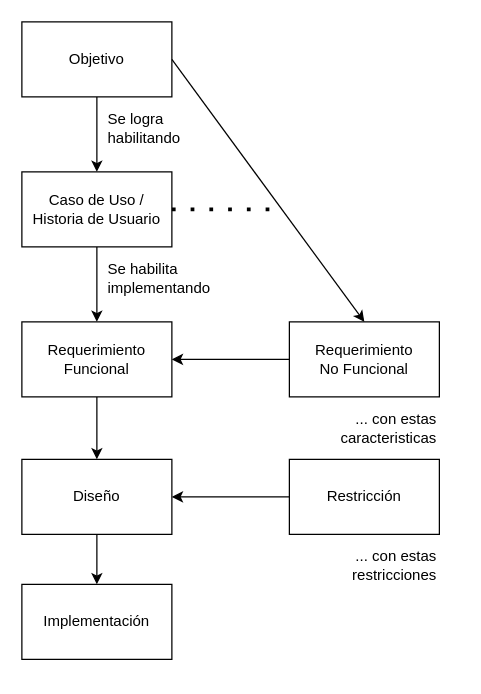
Earlier version of the draw.io diagram requisitoEstructurado.drawio (mpaulaherrero/IS). Source tidied: cells renumbered, new cells numbered last; positions are measured from the earlier drawing's top-left corner, leaving out a move shared by most shapes. Both pictures are drawn from the tidied source at 125%, with x=0, y=0 at pixel (21, 21).
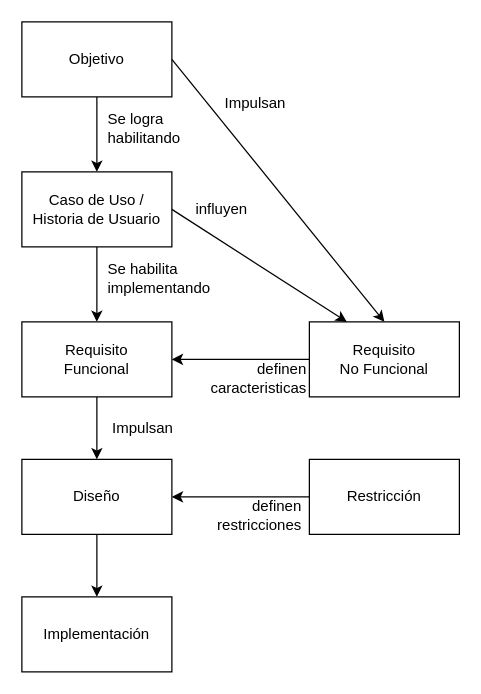
After the change.

The change refers to these unchanged cells:
```xml
<mxCell id="5" value="Caso de Uso / Historia de Usuario " style="rounded=0;whiteSpace=wrap;html=1;" parent="1" vertex="1">
  <mxGeometry y="120" width="120" height="60" as="geometry" />
</mxCell>
```

The edit, as a diff of the source:
```diff
@@
-    <mxCell id="8" value="Requerimiento Funcional" style="rounded=0;whiteSpace=wrap;html=1;" parent="1" vertex="1">
+    <mxCell id="8" value="Requisito&lt;br&gt;Funcional" style="rounded=0;whiteSpace=wrap;html=1;" parent="1" vertex="1">
       <mxGeometry y="240" width="120" height="60" as="geometry" />
     </mxCell>
@@
-    <mxCell id="11" value="Requerimiento &lt;br&gt;No Funcional" style="rounded=0;whiteSpace=wrap;html=1;" parent="1" vertex="1">
-      <mxGeometry x="214" y="240" width="120" height="60" as="geometry" />
+    <mxCell id="11" value="Requisito &lt;br&gt;No Funcional" style="rounded=0;whiteSpace=wrap;html=1;" parent="1" vertex="1">
+      <mxGeometry x="230" y="240" width="120" height="60" as="geometry" />
     </mxCell>
-    <mxCell id="12" value="&lt;div&gt;... con estas &lt;br&gt;&lt;/div&gt;caracteristicas" style="text;html=1;strokeColor=none;fillColor=none;align=right;verticalAlign=middle;whiteSpace=wrap;rounded=0;" parent="1" vertex="1">
-      <mxGeometry x="214" y="310" width="120" height="30" as="geometry" />
+    <mxCell id="12" value="&lt;div&gt;definen &lt;br&gt;&lt;/div&gt;caracteristicas" style="text;html=1;strokeColor=none;fillColor=none;align=right;verticalAlign=middle;whiteSpace=wrap;rounded=0;" parent="1" vertex="1">
+      <mxGeometry x="110" y="270" width="120" height="30" as="geometry" />
     </mxCell>
@@
-    <mxCell id="16" style="endArrow=none;dashed=1;html=1;strokeWidth=3;rounded=0;exitX=1;exitY=0.5;exitDx=0;exitDy=0;dashPattern=1 4;" parent="1" edge="1" source="5">
-      <mxGeometry relative="1" as="geometry">
-        <mxPoint x="210" y="150" as="targetPoint" />
-      </mxGeometry>
-    </mxCell>
     <mxCell id="17" value="Implementación" style="rounded=0;whiteSpace=wrap;html=1;" parent="1" vertex="1">
-      <mxGeometry y="450" width="120" height="60" as="geometry" />
+      <mxGeometry y="460" width="120" height="60" as="geometry" />
     </mxCell>
@@
     <mxCell id="19" value="Restricción" style="rounded=0;whiteSpace=wrap;html=1;" parent="1" vertex="1">
-      <mxGeometry x="214" y="350" width="120" height="60" as="geometry" />
+      <mxGeometry x="230" y="350" width="120" height="60" as="geometry" />
     </mxCell>
-    <mxCell id="20" value="&lt;div&gt;... con estas &lt;br&gt;&lt;/div&gt;restricciones" style="text;html=1;strokeColor=none;fillColor=none;align=right;verticalAlign=middle;whiteSpace=wrap;rounded=0;" parent="1" vertex="1">
-      <mxGeometry x="214" y="420" width="120" height="30" as="geometry" />
-    </mxCell>
+    <mxCell id="21" style="endArrow=classic;html=1;rounded=0;strokeWidth=1;exitX=1;exitY=0.5;exitDx=0;exitDy=0;entryX=0.25;entryY=0;entryDx=0;entryDy=0;" parent="1" edge="1" source="5" target="11">
+      <mxGeometry relative="1" as="geometry" />
+    </mxCell>
+    <mxCell id="22" value="Impulsan" style="text;html=1;strokeColor=none;fillColor=none;align=center;verticalAlign=middle;whiteSpace=wrap;rounded=0;" parent="1" vertex="1">
+      <mxGeometry x="157" y="50" width="60" height="30" as="geometry" />
+    </mxCell>
+    <mxCell id="23" value="influyen" style="text;html=1;strokeColor=none;fillColor=none;align=center;verticalAlign=middle;whiteSpace=wrap;rounded=0;" parent="1" vertex="1">
+      <mxGeometry x="130" y="135" width="60" height="30" as="geometry" />
+    </mxCell>
+    <mxCell id="24" value="Impulsan" style="text;html=1;strokeColor=none;fillColor=none;align=center;verticalAlign=middle;whiteSpace=wrap;rounded=0;" parent="1" vertex="1">
+      <mxGeometry x="67" y="310" width="60" height="30" as="geometry" />
+    </mxCell>
+    <mxCell id="25" value="definen&lt;br&gt;restricciones" style="text;html=1;strokeColor=none;fillColor=none;align=right;verticalAlign=middle;whiteSpace=wrap;rounded=0;" parent="1" vertex="1">
+      <mxGeometry x="130" y="380" width="96" height="30" as="geometry" />
+    </mxCell>
```
